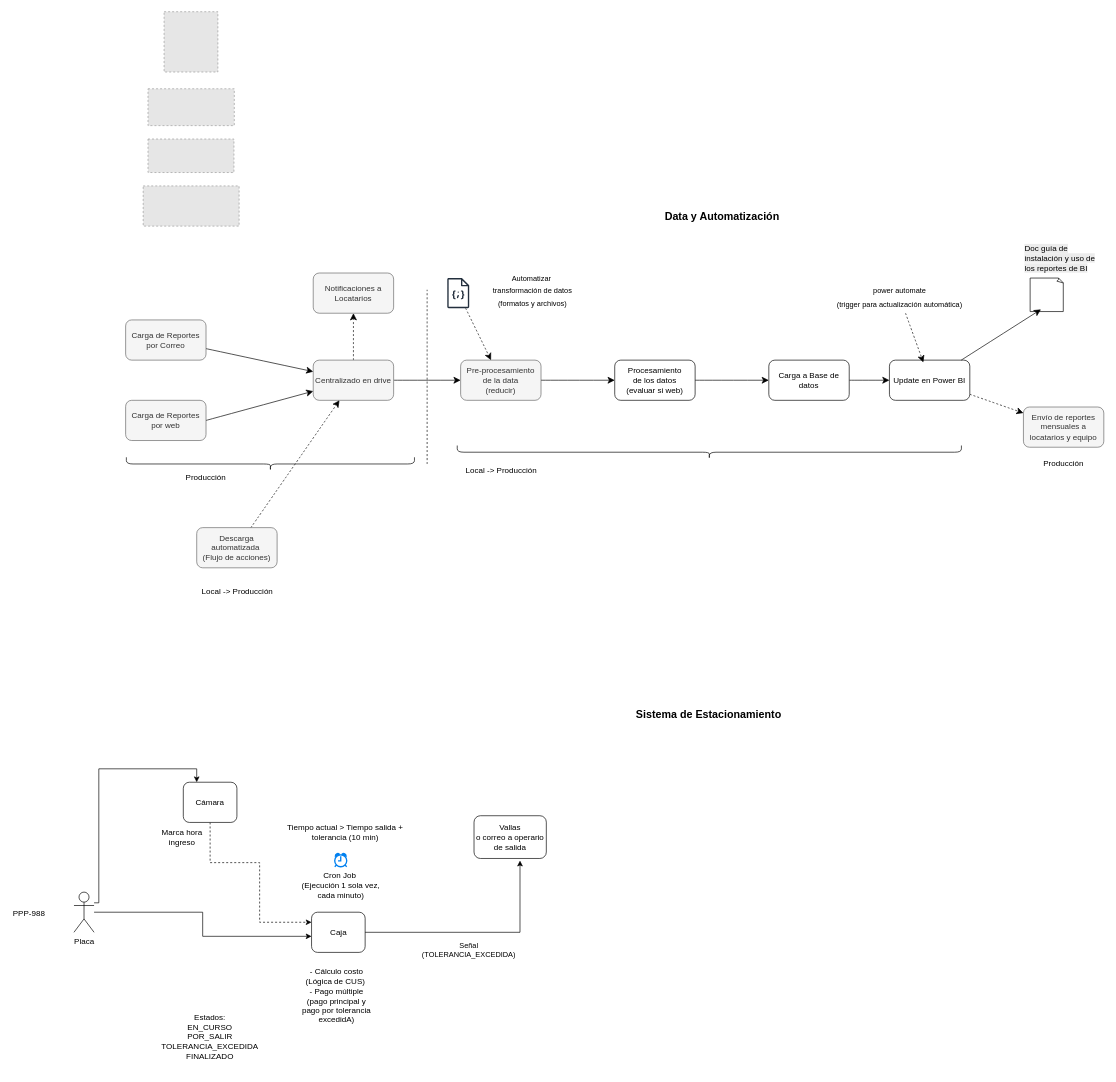
This is Diagrama sin título.drawio from germanhyt/001_architect_projects, a draw.io file, before an edit. Source tidied: cells renumbered, new cells numbered last; positions are measured from the earlier drawing's top-left corner, leaving out a move shared by most shapes. Both pictures are drawn from the tidied source at 67%, with x=0, y=0 at pixel (11, 11). Pictures stored in the file or linked from it are replaced by grey dashed boxes.
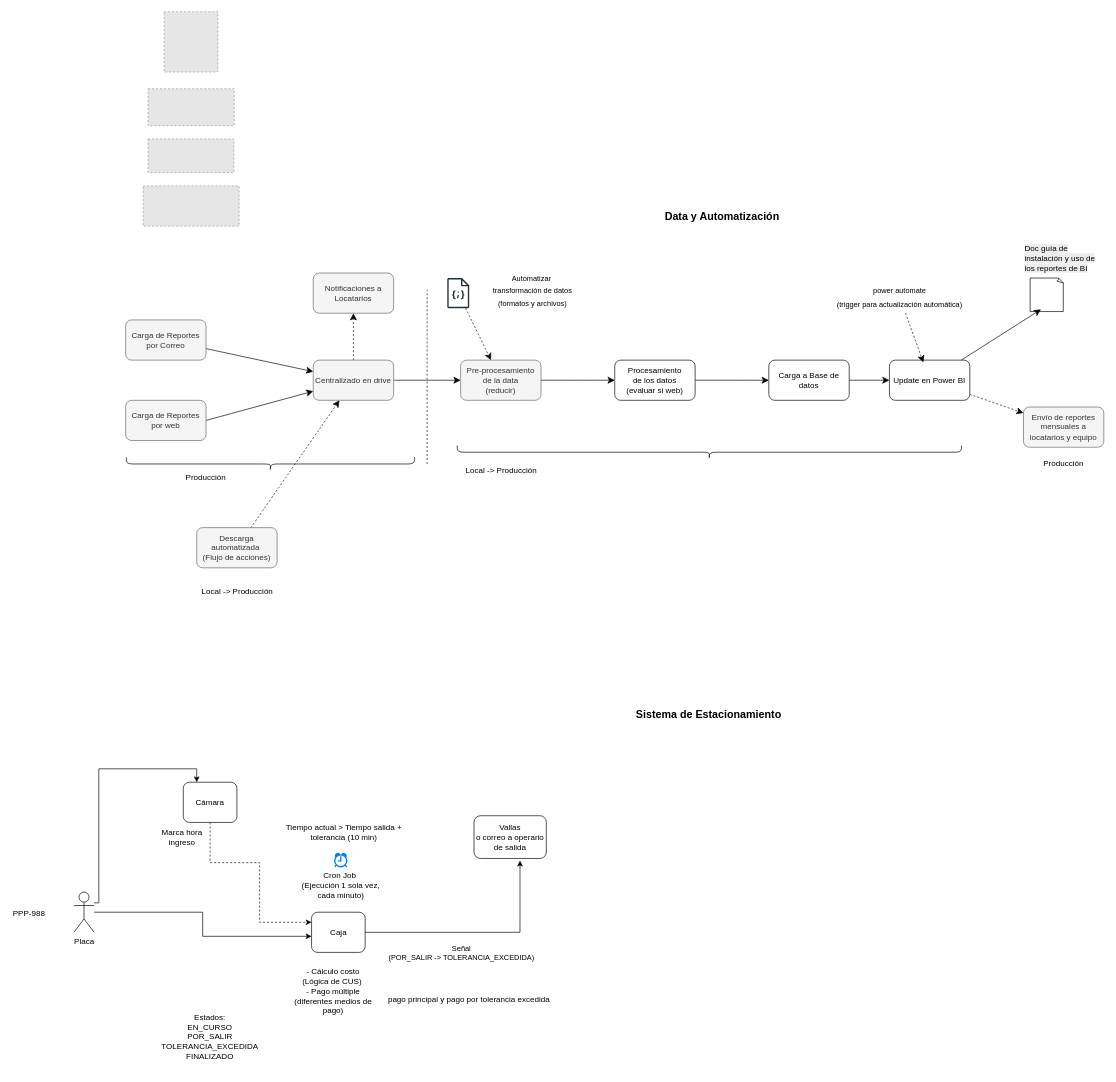
After the change.

The change refers to these unchanged cells:
```xml
<mxCell id="54" style="edgeStyle=orthogonalEdgeStyle;rounded=0;jettySize=auto;html=1;entryX=0.636;entryY=1.05;entryDx=0;entryDy=0;entryPerimeter=0;" parent="1" edge="1" source="42" target="43">
  <mxGeometry relative="1" as="geometry" />
</mxCell>
```

Change to the diagram source:
```diff
@@
     <mxCell id="48" value="Tiempo actual &amp;gt; Tiempo salida + tolerancia (10 min)" style="text;strokeColor=none;align=center;fillColor=none;html=1;verticalAlign=middle;whiteSpace=wrap;rounded=0;" parent="1" vertex="1">
-      <mxGeometry x="398.2" y="1210" width="200" height="30" as="geometry" />
+      <mxGeometry x="396.1" y="1210" width="200" height="30" as="geometry" />
     </mxCell>
-    <mxCell id="49" value="- Cálculo costo (Lógica de CUS)&amp;nbsp;&lt;div&gt;&lt;span style=&quot;background-color: transparent; color: light-dark(rgb(0, 0, 0), rgb(255, 255, 255));&quot;&gt;- Pago múltiple (pago principal y pago por tolerancia excedidA)&lt;/span&gt;&lt;/div&gt;" style="text;html=1;align=center;verticalAlign=middle;whiteSpace=wrap;rounded=0;" parent="1" vertex="1">
-      <mxGeometry x="431.6" y="1414" width="105.9" height="110" as="geometry" />
+    <mxCell id="49" value="- Cálculo costo (Lógica de CUS)&amp;nbsp;&lt;div&gt;&lt;span style=&quot;background-color: transparent; color: light-dark(rgb(0, 0, 0), rgb(255, 255, 255));&quot;&gt;- Pago múltiple (diferentes medios de pago)&lt;/span&gt;&lt;/div&gt;&lt;div&gt;&lt;br&gt;&lt;/div&gt;" style="text;html=1;align=center;verticalAlign=middle;whiteSpace=wrap;rounded=0;" parent="1" vertex="1">
+      <mxGeometry x="420" y="1414" width="120" height="110" as="geometry" />
     </mxCell>
@@
-    <mxCell id="55" value="Señal&lt;div&gt;(TOLERANCIA_EXCEDIDA)&lt;/div&gt;" style="edgeLabel;html=1;align=center;verticalAlign=middle;" parent="54" vertex="1">
+    <mxCell id="55" value="Señal&lt;div&gt;(POR_SALIR -&amp;gt; TOLERANCIA_EXCEDIDA)&lt;/div&gt;" style="edgeLabel;html=1;align=center;verticalAlign=middle;" parent="54" vertex="1">
       <mxGeometry x="-0.05" y="1" relative="1" as="geometry">
-        <mxPoint x="-7" y="27" as="offset" />
+        <mxPoint x="-18" y="31" as="offset" />
       </mxGeometry>
     </mxCell>
@@
+    <mxCell id="57" value="&lt;span style=&quot;forced-color-adjust: none; color: light-dark(rgb(0, 0, 0), rgb(255, 255, 255)); font-family: Helvetica; font-size: 12px; font-style: normal; font-variant-ligatures: normal; font-variant-caps: normal; font-weight: 400; letter-spacing: normal; orphans: 2; text-align: center; text-indent: 0px; text-transform: none; widows: 2; word-spacing: 0px; -webkit-text-stroke-width: 0px; white-space: normal; background-color: transparent; text-decoration-thickness: initial; text-decoration-style: initial; text-decoration-color: initial;&quot;&gt;pago principal y pago por tolerancia excedida&lt;/span&gt;" style="text;whiteSpace=wrap;html=1;" parent="1" vertex="1">
+      <mxGeometry x="560" y="1460" width="270" height="40" as="geometry" />
+    </mxCell>
```
